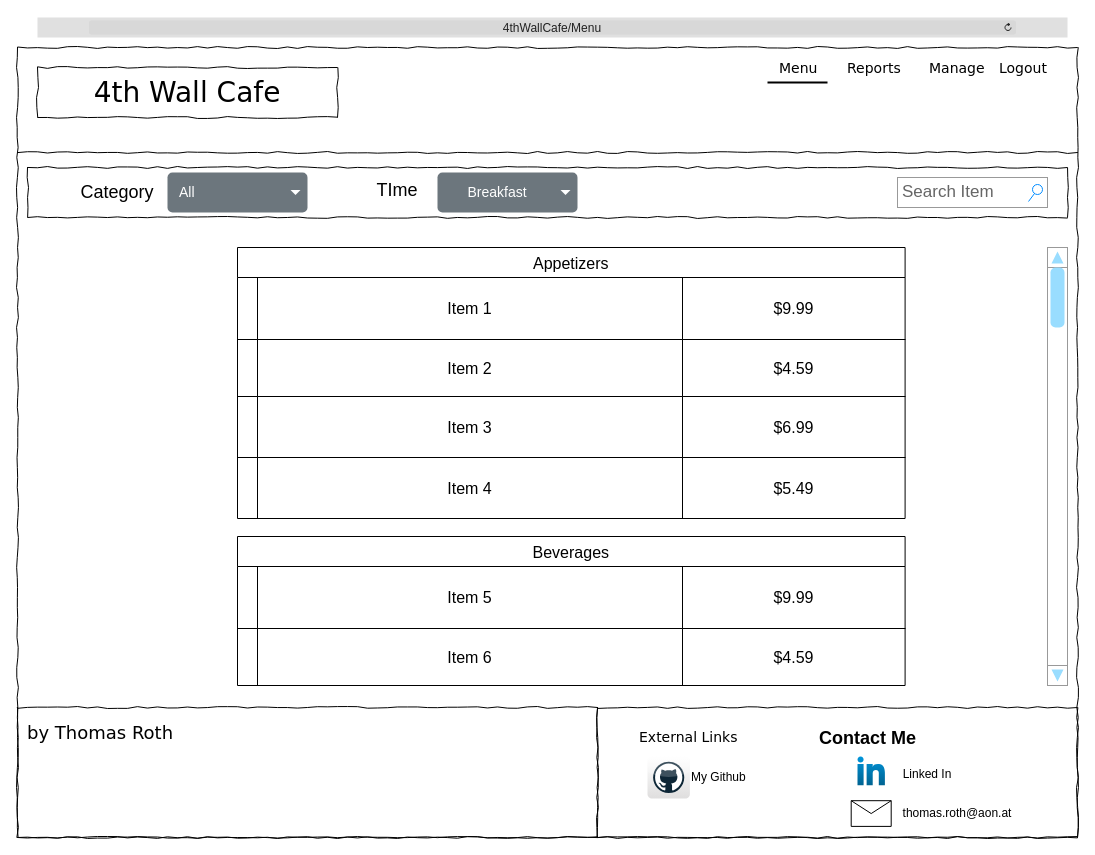
This is WF_MainMenu.drawio from TRed91/4thWallCafe, a draw.io file, before an edit. Source tidied: cells renumbered, new cells numbered last; positions are measured from the earlier drawing's top-left corner, leaving out a move shared by most shapes. Both pictures are drawn from the tidied source at 100%, with x=0, y=0 at pixel (17, 17).
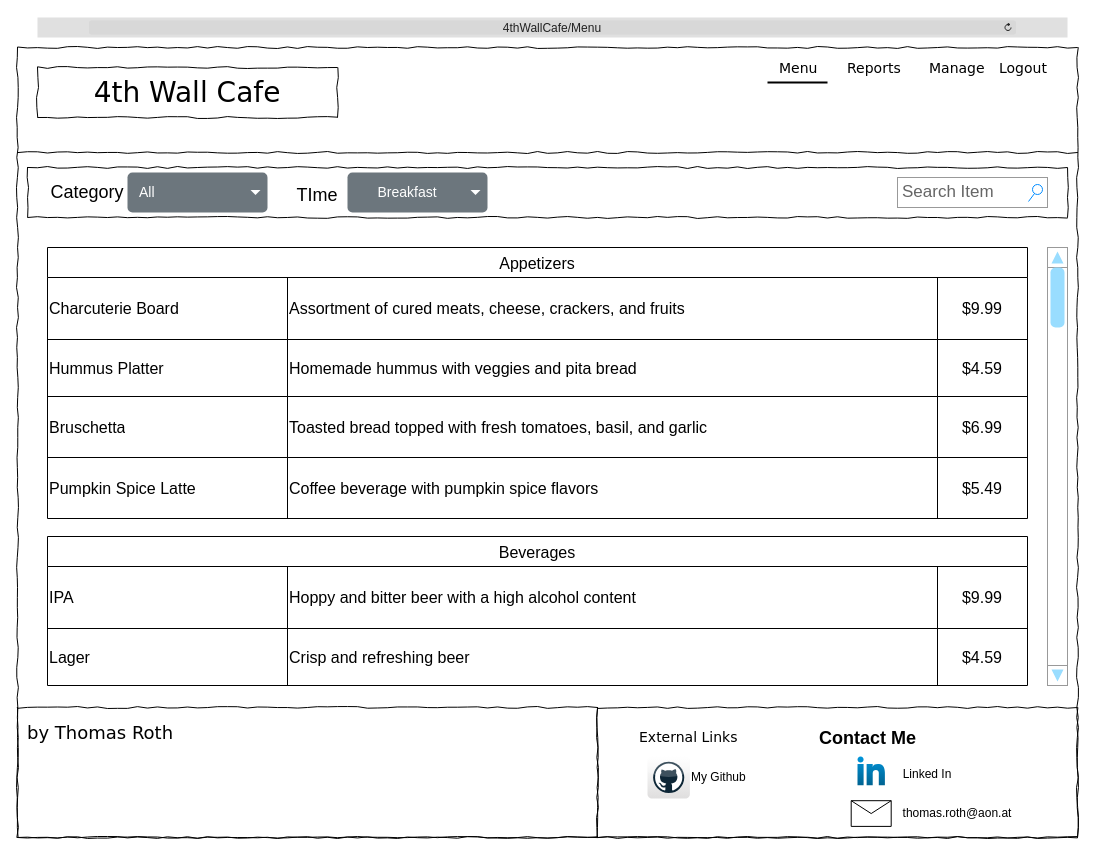
Above is the later version.

What changed in the source:
```diff
@@
     <mxCell id="13" value="All" style="html=1;shadow=0;dashed=0;shape=mxgraph.bootstrap.rrect;rSize=5;strokeColor=none;strokeWidth=1;fillColor=#6C767D;fontColor=#ffffff;whiteSpace=wrap;align=left;verticalAlign=middle;fontStyle=0;fontSize=14;spacingLeft=10;" parent="1" vertex="1">
-      <mxGeometry x="150" y="155" width="140" height="40" as="geometry" />
+      <mxGeometry x="110" y="155" width="140" height="40" as="geometry" />
     </mxCell>
@@
-    <mxCell id="23" value="Appetizers" style="shape=table;startSize=30;childLayout=tableLayout;strokeColor=default;fontSize=16;" parent="1" vertex="1">
-      <mxGeometry x="220" y="230" width="667.6" height="271" as="geometry" />
+    <mxCell id="23" value="Appetizers" style="shape=table;startSize=30;childLayout=tableLayout;fontSize=16;" parent="1" vertex="1">
+      <mxGeometry x="30" y="230" width="980" height="271" as="geometry" />
     </mxCell>
     <mxCell id="24" style="shape=tableRow;horizontal=0;startSize=0;swimlaneHead=0;swimlaneBody=0;strokeColor=inherit;top=0;left=0;bottom=0;right=0;fillColor=none;fontSize=16;" parent="23" vertex="1">
-      <mxGeometry y="30" width="667.6" height="62" as="geometry" />
+      <mxGeometry y="30" width="980" height="62" as="geometry" />
     </mxCell>
-    <mxCell id="25" style="shape=partialRectangle;html=1;whiteSpace=wrap;strokeColor=inherit;overflow=hidden;fillColor=none;top=0;left=0;bottom=0;right=0;fontSize=16;" parent="24" vertex="1">
-      <mxGeometry width="20" height="62" as="geometry" />
+    <mxCell id="25" value="Charcuterie Board" style="shape=partialRectangle;html=1;whiteSpace=wrap;strokeColor=inherit;overflow=hidden;fillColor=none;top=0;left=0;bottom=0;right=0;fontSize=16;align=left;" parent="24" vertex="1">
+      <mxGeometry width="240" height="62" as="geometry" />
     </mxCell>
-    <mxCell id="26" value="Item 1" style="shape=partialRectangle;html=1;whiteSpace=wrap;strokeColor=inherit;overflow=hidden;fillColor=none;top=0;left=0;bottom=0;right=0;fontSize=16;" parent="24" vertex="1">
-      <mxGeometry x="20" width="425" height="62" as="geometry" />
+    <mxCell id="26" value="Assortment of cured meats, cheese, crackers, and fruits" style="shape=partialRectangle;html=1;whiteSpace=wrap;strokeColor=inherit;overflow=hidden;fillColor=none;top=0;left=0;bottom=0;right=0;fontSize=16;align=left;" parent="24" vertex="1">
+      <mxGeometry x="240" width="650" height="62" as="geometry" />
     </mxCell>
     <mxCell id="27" value="$9.99" style="shape=partialRectangle;html=1;whiteSpace=wrap;strokeColor=inherit;overflow=hidden;fillColor=none;top=0;left=0;bottom=0;right=0;fontSize=16;" parent="24" vertex="1">
-      <mxGeometry x="445" width="223" height="62" as="geometry" />
+      <mxGeometry x="890" width="90" height="62" as="geometry" />
     </mxCell>
     <mxCell id="28" style="shape=tableRow;horizontal=0;startSize=0;swimlaneHead=0;swimlaneBody=0;strokeColor=inherit;top=0;left=0;bottom=0;right=0;fillColor=none;fontSize=16;" parent="23" vertex="1">
-      <mxGeometry y="92" width="667.6" height="57" as="geometry" />
+      <mxGeometry y="92" width="980" height="57" as="geometry" />
     </mxCell>
-    <mxCell id="29" style="shape=partialRectangle;html=1;whiteSpace=wrap;strokeColor=inherit;overflow=hidden;fillColor=none;top=0;left=0;bottom=0;right=0;fontSize=16;" parent="28" vertex="1">
-      <mxGeometry width="20" height="57" as="geometry" />
+    <mxCell id="29" value="Hummus Platter" style="shape=partialRectangle;html=1;whiteSpace=wrap;strokeColor=inherit;overflow=hidden;fillColor=none;top=0;left=0;bottom=0;right=0;fontSize=16;align=left;" parent="28" vertex="1">
+      <mxGeometry width="240" height="57" as="geometry" />
     </mxCell>
-    <mxCell id="30" value="Item 2" style="shape=partialRectangle;html=1;whiteSpace=wrap;strokeColor=inherit;overflow=hidden;fillColor=none;top=0;left=0;bottom=0;right=0;fontSize=16;" parent="28" vertex="1">
-      <mxGeometry x="20" width="425" height="57" as="geometry" />
+    <mxCell id="30" value="Homemade hummus with veggies and pita bread" style="shape=partialRectangle;html=1;whiteSpace=wrap;strokeColor=inherit;overflow=hidden;fillColor=none;top=0;left=0;bottom=0;right=0;fontSize=16;align=left;" parent="28" vertex="1">
+      <mxGeometry x="240" width="650" height="57" as="geometry" />
     </mxCell>
     <mxCell id="31" value="$4.59" style="shape=partialRectangle;html=1;whiteSpace=wrap;strokeColor=inherit;overflow=hidden;fillColor=none;top=0;left=0;bottom=0;right=0;fontSize=16;" parent="28" vertex="1">
-      <mxGeometry x="445" width="223" height="57" as="geometry" />
+      <mxGeometry x="890" width="90" height="57" as="geometry" />
     </mxCell>
     <mxCell id="32" style="shape=tableRow;horizontal=0;startSize=0;swimlaneHead=0;swimlaneBody=0;strokeColor=inherit;top=0;left=0;bottom=0;right=0;fillColor=none;fontSize=16;" parent="23" vertex="1">
-      <mxGeometry y="149" width="667.6" height="61" as="geometry" />
+      <mxGeometry y="149" width="980" height="61" as="geometry" />
     </mxCell>
-    <mxCell id="33" style="shape=partialRectangle;html=1;whiteSpace=wrap;strokeColor=inherit;overflow=hidden;fillColor=none;top=0;left=0;bottom=0;right=0;fontSize=16;" parent="32" vertex="1">
-      <mxGeometry width="20" height="61" as="geometry" />
+    <mxCell id="33" value="Bruschetta" style="shape=partialRectangle;html=1;whiteSpace=wrap;strokeColor=inherit;overflow=hidden;fillColor=none;top=0;left=0;bottom=0;right=0;fontSize=16;align=left;" parent="32" vertex="1">
+      <mxGeometry width="240" height="61" as="geometry" />
     </mxCell>
-    <mxCell id="34" value="Item 3" style="shape=partialRectangle;html=1;whiteSpace=wrap;strokeColor=inherit;overflow=hidden;fillColor=none;top=0;left=0;bottom=0;right=0;fontSize=16;" parent="32" vertex="1">
-      <mxGeometry x="20" width="425" height="61" as="geometry" />
+    <mxCell id="34" value="Toasted bread topped with fresh tomatoes, basil, and garlic" style="shape=partialRectangle;html=1;whiteSpace=wrap;strokeColor=inherit;overflow=hidden;fillColor=none;top=0;left=0;bottom=0;right=0;fontSize=16;align=left;" parent="32" vertex="1">
+      <mxGeometry x="240" width="650" height="61" as="geometry" />
     </mxCell>
     <mxCell id="35" value="$6.99" style="shape=partialRectangle;html=1;whiteSpace=wrap;strokeColor=inherit;overflow=hidden;fillColor=none;top=0;left=0;bottom=0;right=0;fontSize=16;" parent="32" vertex="1">
-      <mxGeometry x="445" width="223" height="61" as="geometry" />
+      <mxGeometry x="890" width="90" height="61" as="geometry" />
     </mxCell>
     <mxCell id="36" style="shape=tableRow;horizontal=0;startSize=0;swimlaneHead=0;swimlaneBody=0;strokeColor=inherit;top=0;left=0;bottom=0;right=0;fillColor=none;fontSize=16;" parent="23" vertex="1">
-      <mxGeometry y="210" width="667.6" height="61" as="geometry" />
+      <mxGeometry y="210" width="980" height="61" as="geometry" />
     </mxCell>
-    <mxCell id="37" style="shape=partialRectangle;html=1;whiteSpace=wrap;strokeColor=inherit;overflow=hidden;fillColor=none;top=0;left=0;bottom=0;right=0;fontSize=16;" parent="36" vertex="1">
-      <mxGeometry width="20" height="61" as="geometry" />
+    <mxCell id="37" value="Pumpkin Spice Latte" style="shape=partialRectangle;html=1;whiteSpace=wrap;strokeColor=inherit;overflow=hidden;fillColor=none;top=0;left=0;bottom=0;right=0;fontSize=16;align=left;" parent="36" vertex="1">
+      <mxGeometry width="240" height="61" as="geometry" />
     </mxCell>
-    <mxCell id="38" value="Item 4" style="shape=partialRectangle;html=1;whiteSpace=wrap;strokeColor=inherit;overflow=hidden;fillColor=none;top=0;left=0;bottom=0;right=0;fontSize=16;" parent="36" vertex="1">
-      <mxGeometry x="20" width="425" height="61" as="geometry" />
+    <mxCell id="38" value="Coffee beverage with pumpkin spice flavors" style="shape=partialRectangle;html=1;whiteSpace=wrap;strokeColor=inherit;overflow=hidden;fillColor=none;top=0;left=0;bottom=0;right=0;fontSize=16;align=left;" parent="36" vertex="1">
+      <mxGeometry x="240" width="650" height="61" as="geometry" />
     </mxCell>
     <mxCell id="39" value="$5.49" style="shape=partialRectangle;html=1;whiteSpace=wrap;strokeColor=inherit;overflow=hidden;fillColor=none;top=0;left=0;bottom=0;right=0;fontSize=16;" parent="36" vertex="1">
-      <mxGeometry x="445" width="223" height="61" as="geometry" />
+      <mxGeometry x="890" width="90" height="61" as="geometry" />
     </mxCell>
     <mxCell id="40" value="Breakfast" style="html=1;shadow=0;dashed=0;shape=mxgraph.bootstrap.rrect;rSize=5;strokeColor=none;strokeWidth=1;fillColor=#6C767D;fontColor=#ffffff;whiteSpace=wrap;align=center;verticalAlign=middle;fontStyle=0;fontSize=14;spacingRight=20;" parent="1" vertex="1">
-      <mxGeometry x="420" y="155" width="140" height="40" as="geometry" />
+      <mxGeometry x="330" y="155" width="140" height="40" as="geometry" />
     </mxCell>
@@
     <mxCell id="42" value="&lt;span style=&quot;font-size: 18px;&quot;&gt;TIme&lt;/span&gt;" style="text;html=1;strokeColor=none;fillColor=none;align=center;verticalAlign=middle;whiteSpace=wrap;overflow=hidden;" parent="1" vertex="1">
-      <mxGeometry x="340" y="160" width="80" height="20" as="geometry" />
+      <mxGeometry x="260" y="165" width="80" height="20" as="geometry" />
     </mxCell>
     <mxCell id="43" value="&lt;font style=&quot;font-size: 18px;&quot;&gt;Category&lt;/font&gt;" style="text;html=1;align=center;verticalAlign=middle;whiteSpace=wrap;rounded=0;" parent="1" vertex="1">
-      <mxGeometry x="70" y="160" width="60" height="30" as="geometry" />
+      <mxGeometry x="40" y="160" width="60" height="30" as="geometry" />
     </mxCell>
     <mxCell id="44" value="Beverages" style="shape=table;startSize=30;childLayout=tableLayout;strokeColor=default;fontSize=16;" parent="1" vertex="1">
-      <mxGeometry x="220" y="519" width="667.6" height="149" as="geometry" />
+      <mxGeometry x="30" y="519" width="980" height="149" as="geometry" />
     </mxCell>
     <mxCell id="45" style="shape=tableRow;horizontal=0;startSize=0;swimlaneHead=0;swimlaneBody=0;strokeColor=inherit;top=0;left=0;bottom=0;right=0;fillColor=none;fontSize=16;" parent="44" vertex="1">
-      <mxGeometry y="30" width="667.6" height="62" as="geometry" />
+      <mxGeometry y="30" width="980" height="62" as="geometry" />
     </mxCell>
-    <mxCell id="46" style="shape=partialRectangle;html=1;whiteSpace=wrap;strokeColor=inherit;overflow=hidden;fillColor=none;top=0;left=0;bottom=0;right=0;fontSize=16;" parent="45" vertex="1">
-      <mxGeometry width="20" height="62" as="geometry" />
+    <mxCell id="46" value="IPA" style="shape=partialRectangle;html=1;whiteSpace=wrap;strokeColor=inherit;overflow=hidden;fillColor=none;top=0;left=0;bottom=0;right=0;fontSize=16;align=left;" parent="45" vertex="1">
+      <mxGeometry width="240" height="62" as="geometry" />
     </mxCell>
-    <mxCell id="47" value="Item 5" style="shape=partialRectangle;html=1;whiteSpace=wrap;strokeColor=inherit;overflow=hidden;fillColor=none;top=0;left=0;bottom=0;right=0;fontSize=16;" parent="45" vertex="1">
-      <mxGeometry x="20" width="425" height="62" as="geometry" />
+    <mxCell id="47" value="Hoppy and bitter beer with a high alcohol content" style="shape=partialRectangle;html=1;whiteSpace=wrap;strokeColor=inherit;overflow=hidden;fillColor=none;top=0;left=0;bottom=0;right=0;fontSize=16;align=left;" parent="45" vertex="1">
+      <mxGeometry x="240" width="650" height="62" as="geometry" />
     </mxCell>
     <mxCell id="48" value="$9.99" style="shape=partialRectangle;html=1;whiteSpace=wrap;strokeColor=inherit;overflow=hidden;fillColor=none;top=0;left=0;bottom=0;right=0;fontSize=16;" parent="45" vertex="1">
-      <mxGeometry x="445" width="223" height="62" as="geometry" />
+      <mxGeometry x="890" width="90" height="62" as="geometry" />
     </mxCell>
     <mxCell id="49" style="shape=tableRow;horizontal=0;startSize=0;swimlaneHead=0;swimlaneBody=0;strokeColor=inherit;top=0;left=0;bottom=0;right=0;fillColor=none;fontSize=16;" parent="44" vertex="1">
-      <mxGeometry y="92" width="667.6" height="57" as="geometry" />
+      <mxGeometry y="92" width="980" height="57" as="geometry" />
     </mxCell>
-    <mxCell id="50" style="shape=partialRectangle;html=1;whiteSpace=wrap;strokeColor=inherit;overflow=hidden;fillColor=none;top=0;left=0;bottom=0;right=0;fontSize=16;" parent="49" vertex="1">
-      <mxGeometry width="20" height="57" as="geometry" />
+    <mxCell id="50" value="Lager" style="shape=partialRectangle;html=1;whiteSpace=wrap;strokeColor=inherit;overflow=hidden;fillColor=none;top=0;left=0;bottom=0;right=0;fontSize=16;align=left;" parent="49" vertex="1">
+      <mxGeometry width="240" height="57" as="geometry" />
     </mxCell>
-    <mxCell id="51" value="Item 6" style="shape=partialRectangle;html=1;whiteSpace=wrap;strokeColor=inherit;overflow=hidden;fillColor=none;top=0;left=0;bottom=0;right=0;fontSize=16;" parent="49" vertex="1">
-      <mxGeometry x="20" width="425" height="57" as="geometry" />
+    <mxCell id="51" value="Crisp and refreshing beer" style="shape=partialRectangle;html=1;whiteSpace=wrap;strokeColor=inherit;overflow=hidden;fillColor=none;top=0;left=0;bottom=0;right=0;fontSize=16;align=left;" parent="49" vertex="1">
+      <mxGeometry x="240" width="650" height="57" as="geometry" />
     </mxCell>
     <mxCell id="52" value="$4.59" style="shape=partialRectangle;html=1;whiteSpace=wrap;strokeColor=inherit;overflow=hidden;fillColor=none;top=0;left=0;bottom=0;right=0;fontSize=16;" parent="49" vertex="1">
-      <mxGeometry x="445" width="223" height="57" as="geometry" />
+      <mxGeometry x="890" width="90" height="57" as="geometry" />
     </mxCell>
```
